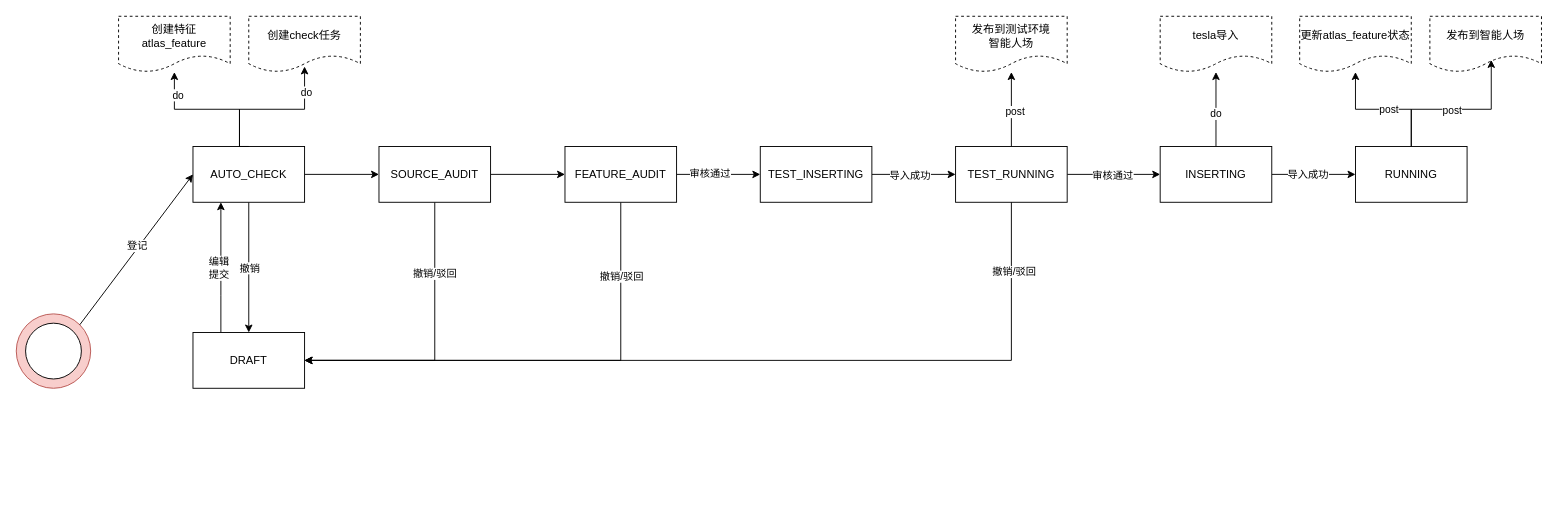
Before: state_trans_for_register.drawio in learn2Pro/draw_io_save, a draw.io diagram. Source tidied: cells renumbered, new cells numbered last; positions are measured from the earlier drawing's top-left corner, leaving out a move shared by most shapes. Both pictures are drawn from the tidied source at 93%, with x=0, y=0 at pixel (16, 16).
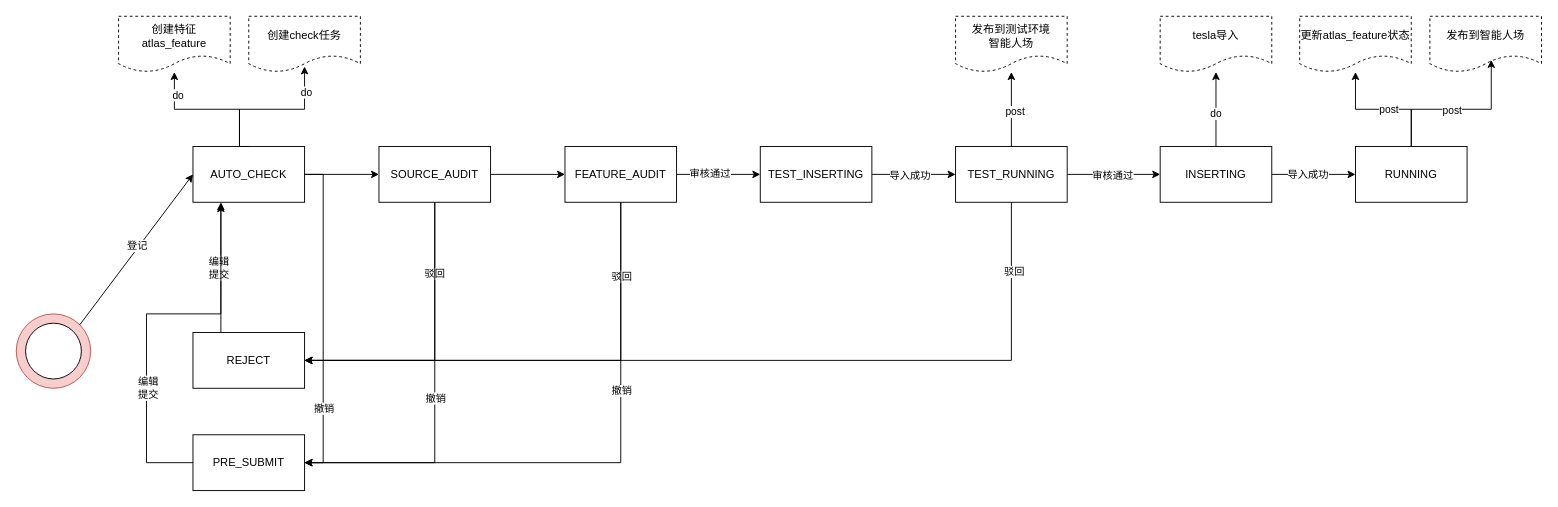
After the change.

Unchanged cells that the change refers to:
```xml
<mxCell id="7" value="AUTO_CHECK" style="rounded=0;whiteSpace=wrap;html=1;" parent="1" vertex="1">
  <mxGeometry x="190" y="140" width="120" height="60" as="geometry" />
</mxCell>
<mxCell id="15" style="edgeStyle=orthogonalEdgeStyle;rounded=0;jettySize=auto;html=1;entryX=1;entryY=0.5;entryDx=0;entryDy=0;" parent="1" edge="1" source="17" target="25">
  <mxGeometry relative="1" as="geometry">
    <Array as="points">
      <mxPoint x="450" y="370" />
    </Array>
  </mxGeometry>
</mxCell>
<mxCell id="17" value="SOURCE_AUDIT" style="rounded=0;whiteSpace=wrap;html=1;" parent="1" vertex="1">
  <mxGeometry x="390" y="140" width="120" height="60" as="geometry" />
</mxCell>
<mxCell id="18" style="edgeStyle=orthogonalEdgeStyle;rounded=0;jettySize=auto;html=1;entryX=1;entryY=0.5;entryDx=0;entryDy=0;" parent="1" edge="1" source="22" target="25">
  <mxGeometry relative="1" as="geometry">
    <Array as="points">
      <mxPoint x="650" y="370" />
    </Array>
  </mxGeometry>
</mxCell>
<mxCell id="22" value="FEATURE_AUDIT" style="rounded=0;whiteSpace=wrap;html=1;" parent="1" vertex="1">
  <mxGeometry x="590" y="140" width="120" height="60" as="geometry" />
</mxCell>
<mxCell id="50" style="edgeStyle=orthogonalEdgeStyle;rounded=0;jettySize=auto;html=1;entryX=1;entryY=0.5;entryDx=0;entryDy=0;exitX=0.5;exitY=1;exitDx=0;exitDy=0;" parent="1" edge="1" source="49" target="25">
  <mxGeometry relative="1" as="geometry">
    <Array as="points">
      <mxPoint x="1070" y="370" />
    </Array>
  </mxGeometry>
</mxCell>
```

Change to the diagram source:
```diff
@@
-    <mxCell id="5" style="edgeStyle=orthogonalEdgeStyle;rounded=0;jettySize=auto;html=1;" parent="1" edge="1" source="7" target="25">
-      <mxGeometry relative="1" as="geometry" />
+    <mxCell id="5" style="edgeStyle=orthogonalEdgeStyle;rounded=0;jettySize=auto;html=1;entryX=1;entryY=0.5;entryDx=0;entryDy=0;" parent="1" edge="1" source="7" target="54">
+      <mxGeometry relative="1" as="geometry">
+        <Array as="points">
+          <mxPoint x="330" y="170" />
+          <mxPoint x="330" y="480" />
+        </Array>
+      </mxGeometry>
     </mxCell>
-    <mxCell id="6" value="撤销" style="edgeLabel;html=1;align=center;verticalAlign=middle;" parent="5" vertex="1">
-      <mxGeometry relative="1" as="geometry" />
-    </mxCell>
+    <mxCell id="53" value="撤销" style="edgeLabel;html=1;align=center;verticalAlign=middle;" parent="5" vertex="1">
+      <mxGeometry x="0.55" relative="1" as="geometry" />
+    </mxCell>
@@
-    <mxCell id="16" value="撤销/驳回" style="edgeLabel;html=1;align=center;verticalAlign=middle;" parent="15" vertex="1">
+    <mxCell id="16" value="驳回" style="edgeLabel;html=1;align=center;verticalAlign=middle;" parent="15" vertex="1">
       <mxGeometry x="-0.51" y="-1" relative="1" as="geometry" />
     </mxCell>
@@
-    <mxCell id="19" value="撤销/驳回" style="edgeLabel;html=1;align=center;verticalAlign=middle;" parent="18" vertex="1">
+    <mxCell id="19" value="驳回" style="edgeLabel;html=1;align=center;verticalAlign=middle;" parent="18" vertex="1">
       <mxGeometry x="-0.69" relative="1" as="geometry" />
     </mxCell>
@@
-    <mxCell id="25" value="DRAFT" style="rounded=0;whiteSpace=wrap;html=1;" parent="1" vertex="1">
+    <mxCell id="25" value="REJECT" style="rounded=0;whiteSpace=wrap;html=1;" parent="1" vertex="1">
       <mxGeometry x="190" y="340" width="120" height="60" as="geometry" />
     </mxCell>
@@
-    <mxCell id="51" value="撤销/驳回" style="edgeLabel;html=1;align=center;verticalAlign=middle;" parent="50" vertex="1">
+    <mxCell id="51" value="驳回" style="edgeLabel;html=1;align=center;verticalAlign=middle;" parent="50" vertex="1">
       <mxGeometry x="-0.84" y="2" relative="1" as="geometry" />
     </mxCell>
@@
+    <mxCell id="54" value="PRE_SUBMIT" style="rounded=0;whiteSpace=wrap;html=1;" parent="1" vertex="1">
+      <mxGeometry x="190" y="450" width="120" height="60" as="geometry" />
+    </mxCell>
+    <mxCell id="55" style="edgeStyle=orthogonalEdgeStyle;rounded=0;jettySize=auto;html=1;entryX=1;entryY=0.5;entryDx=0;entryDy=0;exitX=0.5;exitY=1;exitDx=0;exitDy=0;" parent="1" edge="1" source="17" target="54">
+      <mxGeometry relative="1" as="geometry">
+        <Array as="points">
+          <mxPoint x="450" y="480" />
+        </Array>
+      </mxGeometry>
+    </mxCell>
+    <mxCell id="56" value="撤销" style="edgeLabel;html=1;align=center;verticalAlign=middle;" parent="55" vertex="1">
+      <mxGeometry relative="1" as="geometry" />
+    </mxCell>
+    <mxCell id="57" style="edgeStyle=orthogonalEdgeStyle;rounded=0;jettySize=auto;html=1;entryX=1;entryY=0.5;entryDx=0;entryDy=0;exitX=0.5;exitY=1;exitDx=0;exitDy=0;" parent="1" edge="1" source="22" target="54">
+      <mxGeometry relative="1" as="geometry">
+        <Array as="points">
+          <mxPoint x="650" y="480" />
+        </Array>
+      </mxGeometry>
+    </mxCell>
+    <mxCell id="58" value="撤销" style="edgeLabel;html=1;align=center;verticalAlign=middle;" parent="57" vertex="1">
+      <mxGeometry x="-0.35" relative="1" as="geometry" />
+    </mxCell>
+    <mxCell id="59" style="edgeStyle=orthogonalEdgeStyle;rounded=0;jettySize=auto;html=1;exitX=0;exitY=0.5;exitDx=0;exitDy=0;" parent="1" edge="1" source="54">
+      <mxGeometry relative="1" as="geometry">
+        <mxPoint x="220" y="202" as="targetPoint" />
+        <Array as="points">
+          <mxPoint x="140" y="480" />
+          <mxPoint x="140" y="320" />
+          <mxPoint x="220" y="320" />
+        </Array>
+      </mxGeometry>
+    </mxCell>
+    <mxCell id="60" value="编辑&lt;br&gt;提交" style="edgeLabel;html=1;align=center;verticalAlign=middle;" parent="59" vertex="1">
+      <mxGeometry x="-0.36" y="-1" relative="1" as="geometry" />
+    </mxCell>
```
